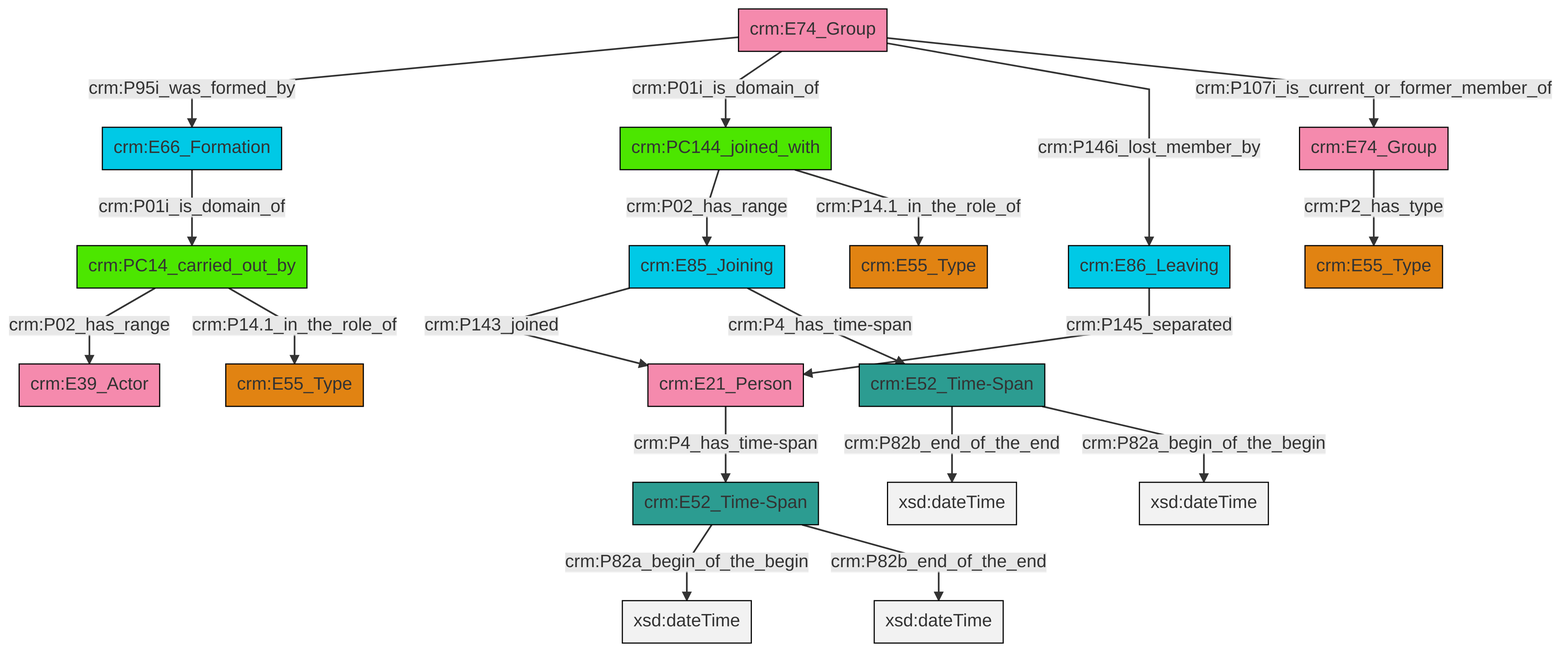
The Mermaid diagram et/groupCSV/ttl/mmd/png/group_actor_relations.png in swiss-art-research-net/reference-data-models, before a commit. Its source is kept beside it as et/groupCSV/ttl/mmd/group_actor_relations.ttl.mmd.
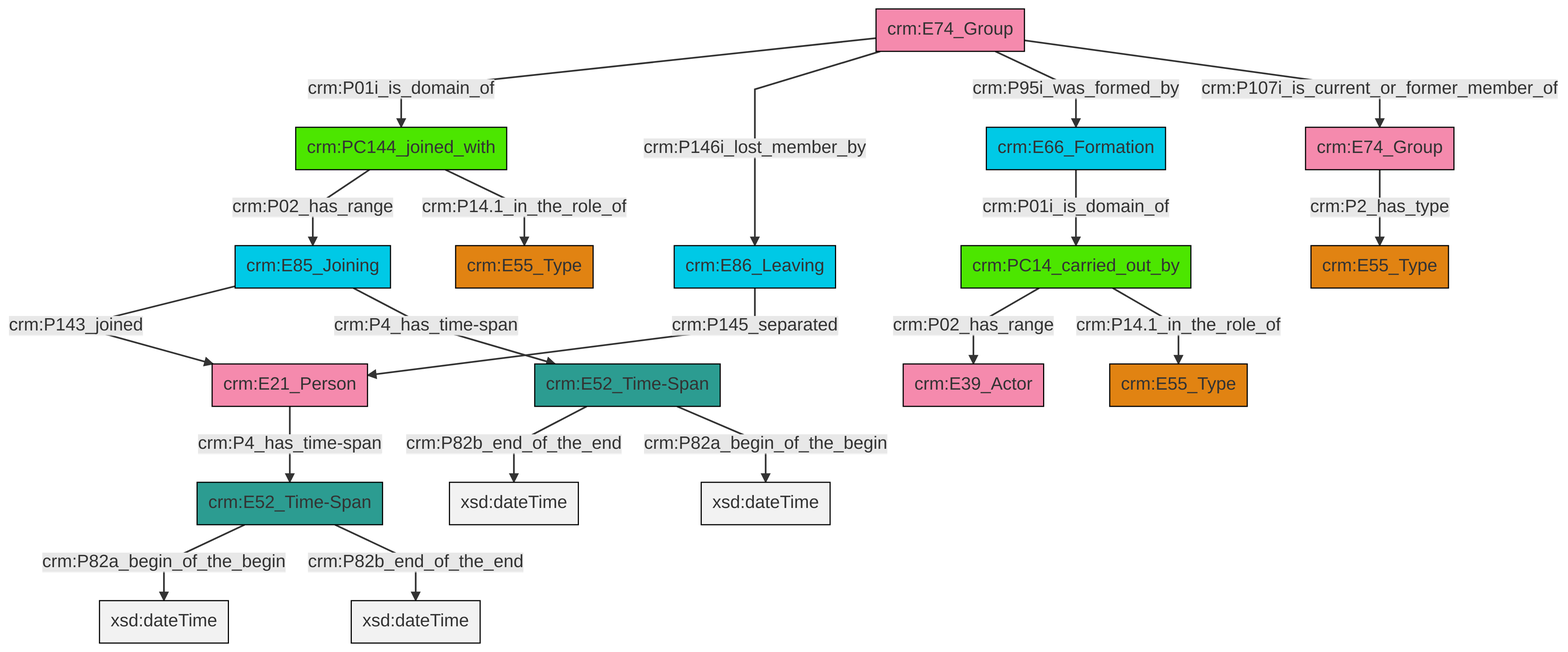
After the commit.

The edit, as a diff of the source:
```diff
@@ -13,21 +13,21 @@
 classDef PC_Classes fill:#4ce600, stroke:#000000;
 classDef Multi fill:#cccccc,stroke:#000000;
 
-0["crm:E74_Group"]:::Actor -->|crm:P95i_was_formed_by| 1["crm:E66_Formation"]:::Temporal_Entity
-0["crm:E74_Group"]:::Actor -->|crm:P01i_is_domain_of| 4["crm:PC144_joined_with"]:::PC_Classes
-2["crm:PC14_carried_out_by"]:::PC_Classes -->|crm:P02_has_range| 7["crm:E39_Actor"]:::Actor
-4["crm:PC144_joined_with"]:::PC_Classes -->|crm:P02_has_range| 10["crm:E85_Joining"]:::Temporal_Entity
-1["crm:E66_Formation"]:::Temporal_Entity -->|crm:P01i_is_domain_of| 2["crm:PC14_carried_out_by"]:::PC_Classes
-10["crm:E85_Joining"]:::Temporal_Entity -->|crm:P143_joined| 12["crm:E21_Person"]:::Actor
-14["crm:E52_Time-Span"]:::Time-Span -->|crm:P82b_end_of_the_end| 15[xsd:dateTime]:::Literal
-4["crm:PC144_joined_with"]:::PC_Classes -->|crm:P14.1_in_the_role_of| 16["crm:E55_Type"]:::Type
-14["crm:E52_Time-Span"]:::Time-Span -->|crm:P82a_begin_of_the_begin| 17[xsd:dateTime]:::Literal
-8["crm:E52_Time-Span"]:::Time-Span -->|crm:P82a_begin_of_the_begin| 20[xsd:dateTime]:::Literal
-12["crm:E21_Person"]:::Actor -->|crm:P4_has_time-span| 8["crm:E52_Time-Span"]:::Time-Span
-8["crm:E52_Time-Span"]:::Time-Span -->|crm:P82b_end_of_the_end| 23[xsd:dateTime]:::Literal
-18["crm:E74_Group"]:::Actor -->|crm:P2_has_type| 5["crm:E55_Type"]:::Type
-10["crm:E85_Joining"]:::Temporal_Entity -->|crm:P4_has_time-span| 14["crm:E52_Time-Span"]:::Time-Span
-0["crm:E74_Group"]:::Actor -->|crm:P146i_lost_member_by| 26["crm:E86_Leaving"]:::Temporal_Entity
-2["crm:PC14_carried_out_by"]:::PC_Classes -->|crm:P14.1_in_the_role_of| 21["crm:E55_Type"]:::Type
-0["crm:E74_Group"]:::Actor -->|crm:P107i_is_current_or_former_member_of| 18["crm:E74_Group"]:::Actor
-26["crm:E86_Leaving"]:::Temporal_Entity -->|crm:P145_separated| 12["crm:E21_Person"]:::Actor
+4["crm:E85_Joining"]:::Temporal_Entity -->|crm:P143_joined| 2["crm:E21_Person"]:::Actor
+5["crm:E86_Leaving"]:::Temporal_Entity -->|crm:P145_separated| 2["crm:E21_Person"]:::Actor
+8["crm:E74_Group"]:::Actor -->|crm:P2_has_type| 6["crm:E55_Type"]:::Type
+10["crm:E74_Group"]:::Actor -->|crm:P01i_is_domain_of| 11["crm:PC144_joined_with"]:::PC_Classes
+13["crm:PC14_carried_out_by"]:::PC_Classes -->|crm:P02_has_range| 14["crm:E39_Actor"]:::Actor
+11["crm:PC144_joined_with"]:::PC_Classes -->|crm:P02_has_range| 4["crm:E85_Joining"]:::Temporal_Entity
+4["crm:E85_Joining"]:::Temporal_Entity -->|crm:P4_has_time-span| 17["crm:E52_Time-Span"]:::Time-Span
+19["crm:E66_Formation"]:::Temporal_Entity -->|crm:P01i_is_domain_of| 13["crm:PC14_carried_out_by"]:::PC_Classes
+13["crm:PC14_carried_out_by"]:::PC_Classes -->|crm:P14.1_in_the_role_of| 0["crm:E55_Type"]:::Type
+10["crm:E74_Group"]:::Actor -->|crm:P146i_lost_member_by| 5["crm:E86_Leaving"]:::Temporal_Entity
+22["crm:E52_Time-Span"]:::Time-Span -->|crm:P82a_begin_of_the_begin| 23[xsd:dateTime]:::Literal
+10["crm:E74_Group"]:::Actor -->|crm:P95i_was_formed_by| 19["crm:E66_Formation"]:::Temporal_Entity
+2["crm:E21_Person"]:::Actor -->|crm:P4_has_time-span| 22["crm:E52_Time-Span"]:::Time-Span
+10["crm:E74_Group"]:::Actor -->|crm:P107i_is_current_or_former_member_of| 8["crm:E74_Group"]:::Actor
+11["crm:PC144_joined_with"]:::PC_Classes -->|crm:P14.1_in_the_role_of| 25["crm:E55_Type"]:::Type
+17["crm:E52_Time-Span"]:::Time-Span -->|crm:P82b_end_of_the_end| 28[xsd:dateTime]:::Literal
+22["crm:E52_Time-Span"]:::Time-Span -->|crm:P82b_end_of_the_end| 32[xsd:dateTime]:::Literal
+17["crm:E52_Time-Span"]:::Time-Span -->|crm:P82a_begin_of_the_begin| 34[xsd:dateTime]:::Literal
```
